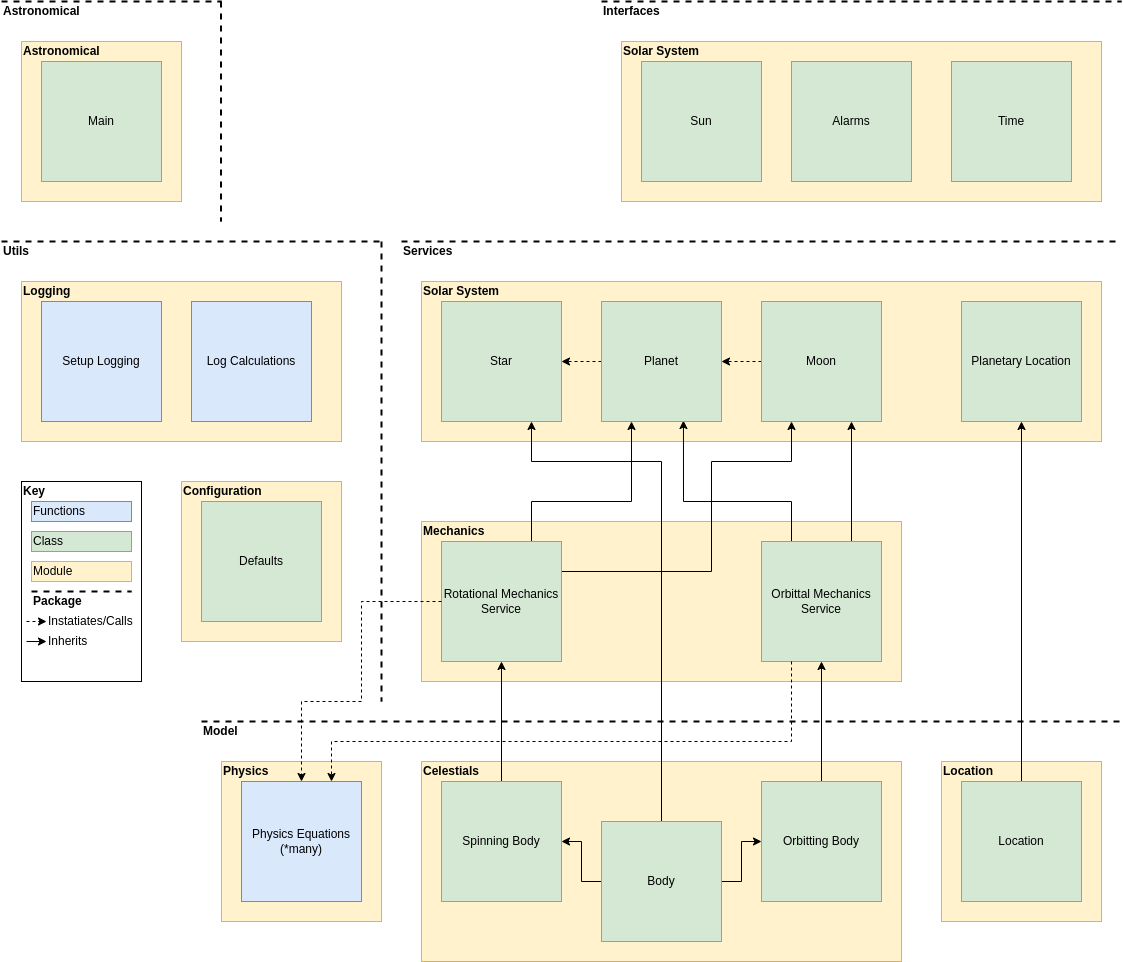
TheOrganist24/Astronomical keeps this draw.io diagram as img/full_design.png. Above is the earlier version. Source tidied: cells renumbered, new cells last; positions are measured from the earlier drawing's top-left corner, leaving out a move shared by most shapes.
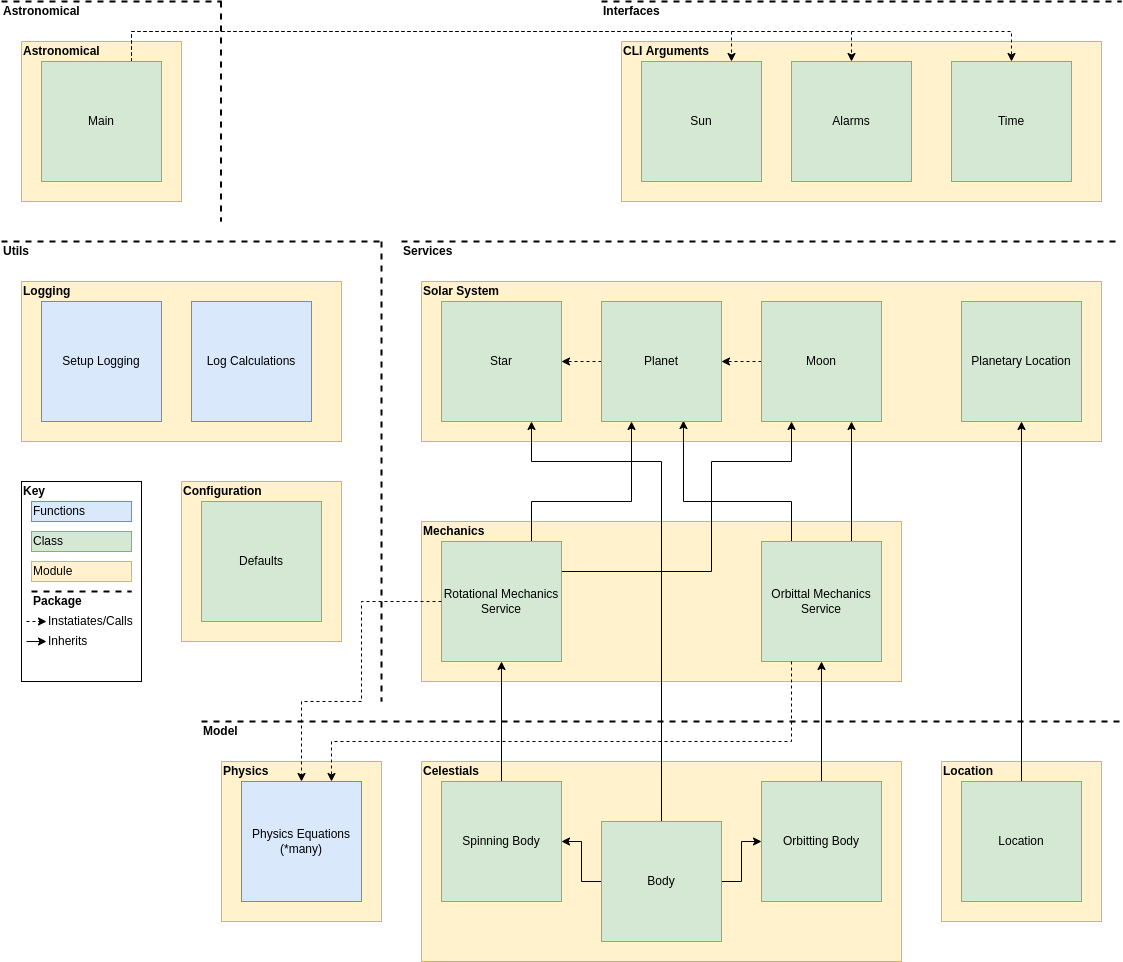
Above is the later version.

Commit message:
DOCS: Add corrections to img

Change to the diagram source:
```diff
@@ -199,8 +199,8 @@
     <mxCell id="53" value="Alarms" style="rounded=0;whiteSpace=wrap;html=1;fillColor=#d5e8d4;strokeColor=#82b366;" parent="1" vertex="1">
       <mxGeometry x="790" y="60" width="120" height="120" as="geometry" />
     </mxCell>
-    <mxCell id="54" value="&lt;b&gt;Solar System&lt;/b&gt;" style="text;html=1;strokeColor=none;fillColor=none;align=left;verticalAlign=middle;whiteSpace=wrap;rounded=0;" parent="1" vertex="1">
-      <mxGeometry x="620" y="40" width="80" height="20" as="geometry" />
+    <mxCell id="54" value="&lt;b&gt;CLI Arguments&lt;/b&gt;" style="text;html=1;strokeColor=none;fillColor=none;align=left;verticalAlign=middle;whiteSpace=wrap;rounded=0;" parent="1" vertex="1">
+      <mxGeometry x="620" y="40" width="90" height="20" as="geometry" />
     </mxCell>
     <mxCell id="55" style="endArrow=none;dashed=1;html=1;rounded=0;strokeWidth=2;" parent="1" edge="1">
       <mxGeometry relative="1" as="geometry">
@@ -261,6 +261,30 @@
     <mxCell id="70" value="&lt;b&gt;Astronomical&lt;/b&gt;" style="text;html=1;strokeColor=none;fillColor=none;align=left;verticalAlign=middle;whiteSpace=wrap;rounded=0;" parent="1" vertex="1">
       <mxGeometry x="20" y="40" width="80" height="20" as="geometry" />
     </mxCell>
+    <mxCell id="75" style="edgeStyle=orthogonalEdgeStyle;rounded=0;jettySize=auto;html=1;exitX=0.75;exitY=0;exitDx=0;exitDy=0;entryX=0.5;entryY=0;entryDx=0;entryDy=0;dashed=1;strokeWidth=1;" parent="1" edge="1" source="71" target="52">
+      <mxGeometry relative="1" as="geometry">
+        <Array as="points">
+          <mxPoint x="130" y="30" />
+          <mxPoint x="1010" y="30" />
+        </Array>
+      </mxGeometry>
+    </mxCell>
+    <mxCell id="76" style="edgeStyle=orthogonalEdgeStyle;rounded=0;jettySize=auto;html=1;exitX=0.75;exitY=0;exitDx=0;exitDy=0;entryX=0.5;entryY=0;entryDx=0;entryDy=0;dashed=1;strokeWidth=1;" parent="1" edge="1" source="71" target="53">
+      <mxGeometry relative="1" as="geometry">
+        <Array as="points">
+          <mxPoint x="130" y="30" />
+          <mxPoint x="850" y="30" />
+        </Array>
+      </mxGeometry>
+    </mxCell>
+    <mxCell id="77" style="edgeStyle=orthogonalEdgeStyle;rounded=0;jettySize=auto;html=1;exitX=0.75;exitY=0;exitDx=0;exitDy=0;entryX=0.75;entryY=0;entryDx=0;entryDy=0;dashed=1;strokeWidth=1;" parent="1" edge="1" source="71" target="51">
+      <mxGeometry relative="1" as="geometry">
+        <Array as="points">
+          <mxPoint x="130" y="30" />
+          <mxPoint x="730" y="30" />
+        </Array>
+      </mxGeometry>
+    </mxCell>
     <mxCell id="71" value="Main" style="rounded=0;whiteSpace=wrap;html=1;fillColor=#d5e8d4;strokeColor=#82b366;" parent="1" vertex="1">
       <mxGeometry x="40" y="60" width="120" height="120" as="geometry" />
     </mxCell>
```
